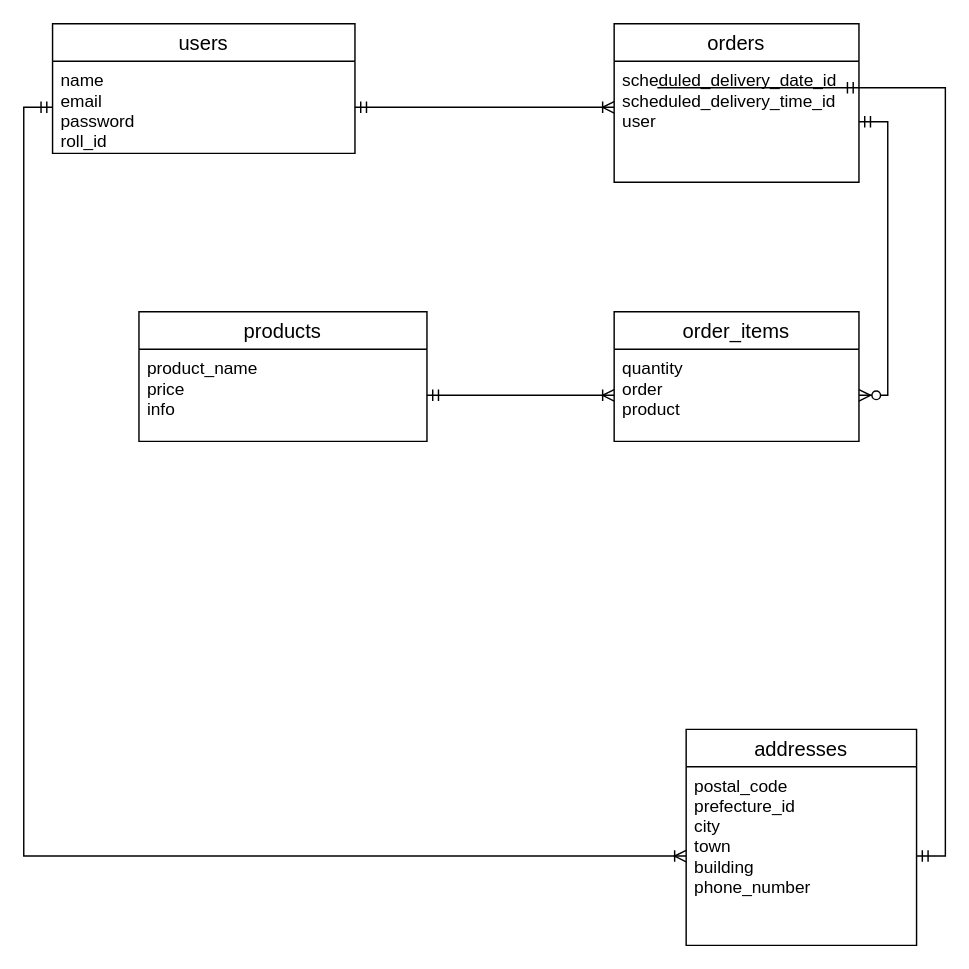
Earlier version of the draw.io diagram test.dio (kodairafumikazu/tomoi_app). Source tidied: cells renumbered, new cells numbered last; positions are measured from the earlier drawing's top-left corner, leaving out a move shared by most shapes. Both pictures are drawn from the tidied source at 144%, with x=0, y=0 at pixel (52, 23).
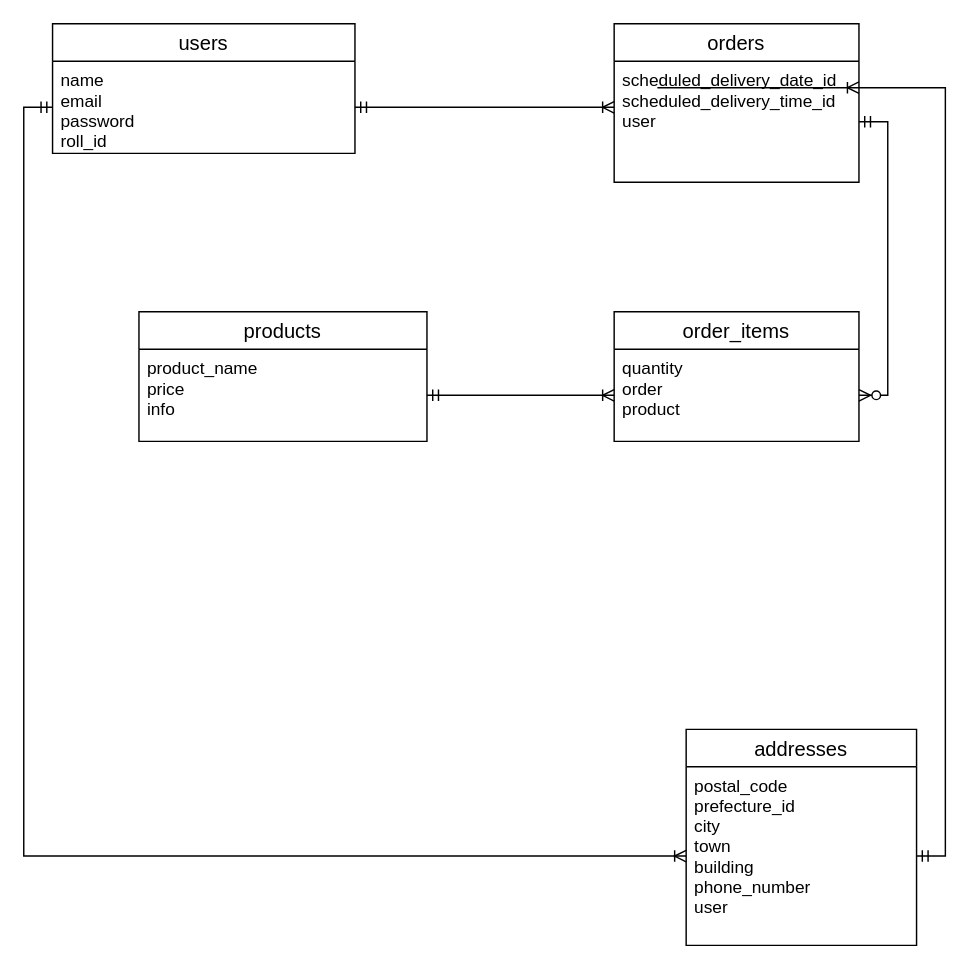
After the change.

Change to the diagram source:
```diff
@@
 <mxGraphModel>
   <root>
     <mxCell id="0" />
     <mxCell id="1" parent="0" />
     <mxCell id="2" value="users" style="swimlane;fontStyle=0;horizontal=1;startSize=26;align=center;fontSize=14;" parent="1" vertex="1">
       <mxGeometry width="210" height="90" as="geometry" />
     </mxCell>
     <mxCell id="3" value="name&#10;email&#10;password&#10;roll_id&#10;" style="text;strokeColor=none;fillColor=none;spacingLeft=4;spacingRight=4;overflow=hidden;points=[[0,0.5],[1,0.5]];portConstraint=eastwest;fontSize=12;" parent="2" vertex="1">
       <mxGeometry y="26" width="210" height="64" as="geometry" />
     </mxCell>
     <mxCell id="4" value="orders" style="swimlane;fontStyle=0;horizontal=1;startSize=26;align=center;fontSize=14;" parent="1" vertex="1">
       <mxGeometry x="390" width="170" height="110" as="geometry" />
     </mxCell>
     <mxCell id="5" value="scheduled_delivery_date_id&#10;scheduled_delivery_time_id&#10;user&#10;" style="text;strokeColor=none;fillColor=none;spacingLeft=4;spacingRight=4;overflow=hidden;points=[[0,0.5],[1,0.5]];portConstraint=eastwest;fontSize=12;" parent="4" vertex="1">
       <mxGeometry y="26" width="170" height="84" as="geometry" />
     </mxCell>
     <mxCell id="6" value="addresses" style="swimlane;fontStyle=0;horizontal=1;startSize=26;align=center;fontSize=14;" parent="1" vertex="1">
       <mxGeometry x="440" y="490" width="160" height="150" as="geometry" />
     </mxCell>
-    <mxCell id="7" value="postal_code&#10;prefecture_id&#10;city&#10;town&#10;building&#10;phone_number&#10;" style="text;strokeColor=none;fillColor=none;spacingLeft=4;spacingRight=4;overflow=hidden;points=[[0,0.5],[1,0.5]];portConstraint=eastwest;fontSize=12;" parent="6" vertex="1">
+    <mxCell id="7" value="postal_code&#10;prefecture_id&#10;city&#10;town&#10;building&#10;phone_number&#10;user&#10;" style="text;strokeColor=none;fillColor=none;spacingLeft=4;spacingRight=4;overflow=hidden;points=[[0,0.5],[1,0.5]];portConstraint=eastwest;fontSize=12;" parent="6" vertex="1">
       <mxGeometry y="26" width="160" height="124" as="geometry" />
     </mxCell>
     <mxCell id="8" value="products" style="swimlane;fontStyle=0;horizontal=1;startSize=26;align=center;fontSize=14;" parent="1" vertex="1">
       <mxGeometry x="60" y="200" width="200" height="90" as="geometry" />
     </mxCell>
     <mxCell id="9" value="product_name&#10;price&#10;info&#10;" style="text;strokeColor=none;fillColor=none;spacingLeft=4;spacingRight=4;overflow=hidden;points=[[0,0.5],[1,0.5]];portConstraint=eastwest;fontSize=12;" parent="8" vertex="1">
       <mxGeometry y="26" width="200" height="64" as="geometry" />
     </mxCell>
     <mxCell id="10" value="order_items" style="swimlane;fontStyle=0;horizontal=1;startSize=26;align=center;fontSize=14;" parent="1" vertex="1">
       <mxGeometry x="390" y="200" width="170" height="90" as="geometry" />
     </mxCell>
     <mxCell id="11" value="quantity&#10;order&#10;product" style="text;strokeColor=none;fillColor=none;spacingLeft=4;spacingRight=4;overflow=hidden;points=[[0,0.5],[1,0.5]];portConstraint=eastwest;fontSize=12;" parent="10" vertex="1">
       <mxGeometry y="26" width="170" height="64" as="geometry" />
     </mxCell>
     <mxCell id="12" style="edgeStyle=orthogonalEdgeStyle;rounded=0;jettySize=auto;html=1;exitX=1;exitY=0.5;exitDx=0;exitDy=0;startArrow=ERmandOne;startFill=0;endArrow=ERzeroToMany;endFill=1;" parent="1" edge="1" source="5" target="11">
       <mxGeometry relative="1" as="geometry" />
     </mxCell>
-    <mxCell id="13" style="edgeStyle=orthogonalEdgeStyle;rounded=0;jettySize=auto;html=1;exitX=1;exitY=0.5;exitDx=0;exitDy=0;entryX=1;entryY=0.219;entryDx=0;entryDy=0;entryPerimeter=0;startArrow=ERmandOne;startFill=0;endArrow=ERmandOne;endFill=0;" parent="1" edge="1" source="7" target="5">
+    <mxCell id="13" style="edgeStyle=orthogonalEdgeStyle;rounded=0;jettySize=auto;html=1;exitX=1;exitY=0.5;exitDx=0;exitDy=0;entryX=1;entryY=0.219;entryDx=0;entryDy=0;entryPerimeter=0;startArrow=ERmandOne;startFill=0;endArrow=ERoneToMany;endFill=0;" parent="1" edge="1" source="7" target="5">
       <mxGeometry relative="1" as="geometry" />
     </mxCell>
     <mxCell id="14" style="edgeStyle=orthogonalEdgeStyle;rounded=0;jettySize=auto;html=1;exitX=1;exitY=0.5;exitDx=0;exitDy=0;entryX=0;entryY=0.5;entryDx=0;entryDy=0;startArrow=ERmandOne;startFill=0;endArrow=ERoneToMany;endFill=0;" parent="1" edge="1" source="9" target="11">
       <mxGeometry relative="1" as="geometry" />
     </mxCell>
     <mxCell id="15" style="edgeStyle=orthogonalEdgeStyle;rounded=0;jettySize=auto;html=1;exitX=1;exitY=0.5;exitDx=0;exitDy=0;entryX=0;entryY=0.381;entryDx=0;entryDy=0;entryPerimeter=0;startArrow=ERmandOne;startFill=0;endArrow=ERoneToMany;endFill=0;" parent="1" edge="1" source="3" target="5">
       <mxGeometry relative="1" as="geometry" />
     </mxCell>
     <mxCell id="16" style="edgeStyle=orthogonalEdgeStyle;rounded=0;jettySize=auto;html=1;exitX=0;exitY=0.5;exitDx=0;exitDy=0;entryX=0;entryY=0.5;entryDx=0;entryDy=0;startArrow=ERmandOne;startFill=0;endArrow=ERoneToMany;endFill=0;" parent="1" edge="1" source="3" target="7">
       <mxGeometry relative="1" as="geometry" />
     </mxCell>
   </root>
 </mxGraphModel>
```
